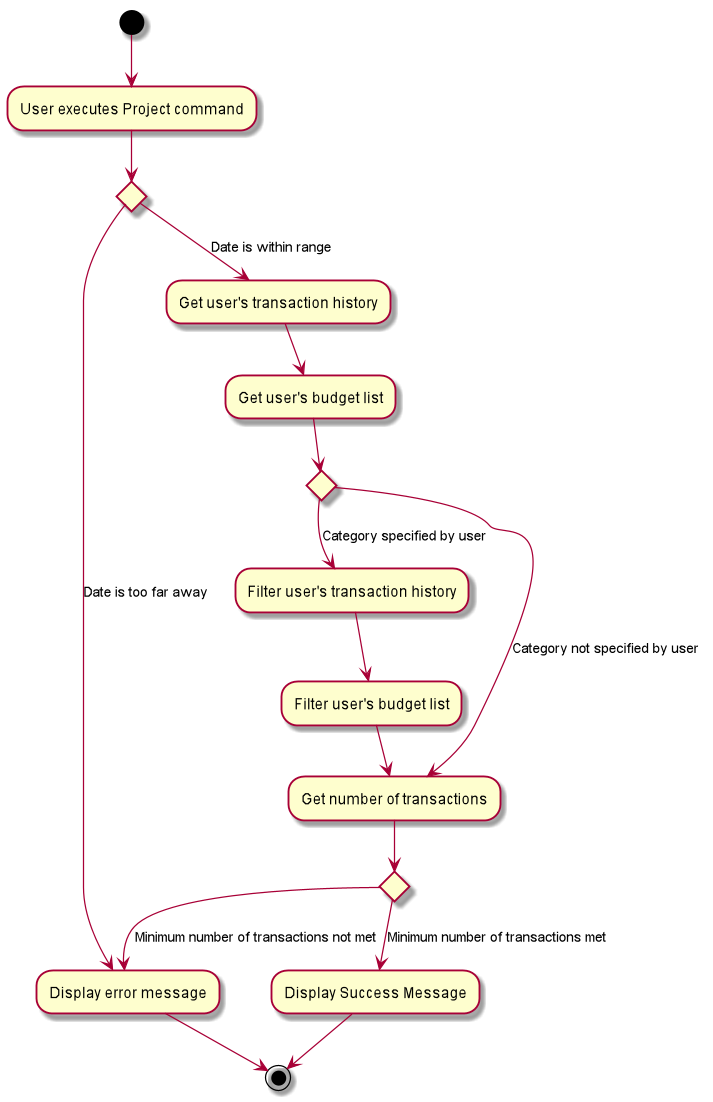
Before: docs/images/ProjectActivityDiagram.png, a diagram exported from PlantUML (nus-cs2103-AY1920S1/addressbook-level3). Its diagram source:
```plantuml
@startuml
(*)  --> "User executes Project command"
if "" then
--> [Date is too far away] "Display error message"
else
--> [Date is within range] "Get user's transaction history"
--> "Get user's budget list"
if "" then
--> [Category specified by user] "Filter user's transaction history"
--> "Filter user's budget list"
--> "Get number of transactions"
else
--> [Category not specified by user] "Get number of transactions"
if "" then
--> [Minimum number of transactions met] "Display Success Message"
-->(*)
else
--> [Minimum number of transactions not met] "Display error message"
Endif
-->(*)
@enduml
```
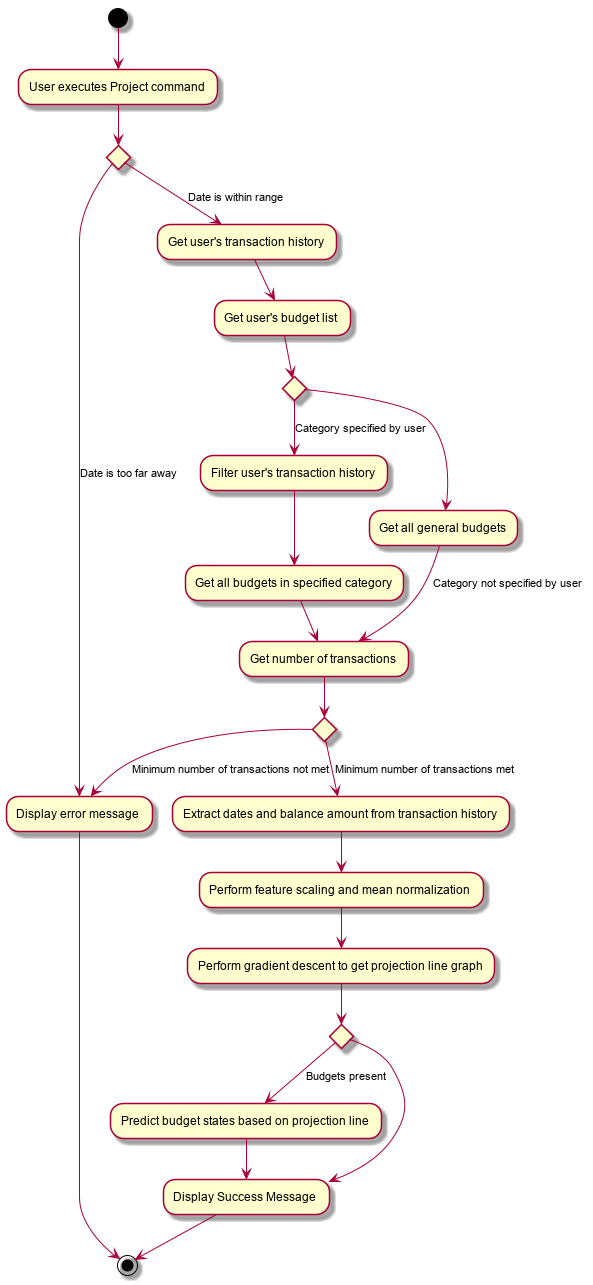
After the change.

Commit message:
Edit Project/Display command in DeveloperGuide

The edit, as a diff of the source:
```diff
@@ -7,15 +7,23 @@
 --> "Get user's budget list"
 if "" then
 --> [Category specified by user] "Filter user's transaction history"
---> "Filter user's budget list"
+--> "Get all budgets in specified category"
 --> "Get number of transactions"
 else
+--> "Get all general budgets"
 --> [Category not specified by user] "Get number of transactions"
 if "" then
---> [Minimum number of transactions met] "Display Success Message"
+--> [Minimum number of transactions not met] "Display error message"
 -->(*)
 else
---> [Minimum number of transactions not met] "Display error message"
+--> [Minimum number of transactions met] "Extract dates and balance amount from transaction history"
+--> "Perform feature scaling and mean normalization"
+--> "Perform gradient descent to get projection line graph"
+if "" then
+--> [Budgets present] "Predict budget states based on projection line"
+--> "Display Success Message"
+else
+--> "Display Success Message"
 Endif
 -->(*)
 @enduml
```
